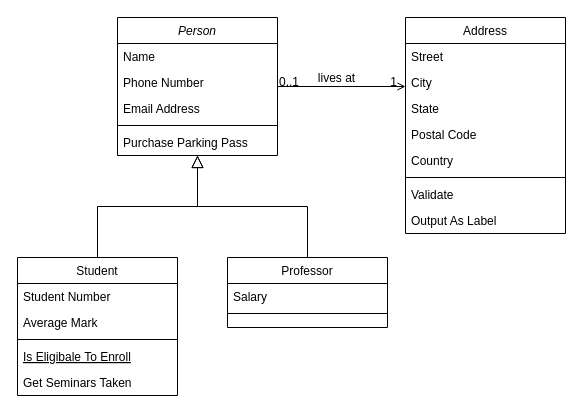
This is Untitled Diagram.drawio from isabelinna/Proyecto, a draw.io file, before an edit. Source tidied: cells renumbered, new cells numbered last; positions are measured from the earlier drawing's top-left corner, leaving out a move shared by most shapes. Both pictures are drawn from the tidied source at 100%, with x=0, y=0 at pixel (17, 17).
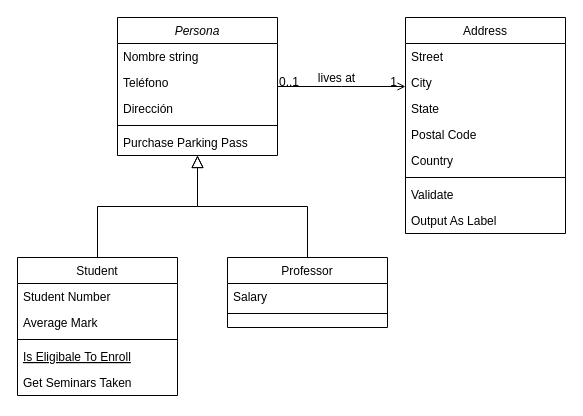
Above is the later version.

What changed in the source:
```diff
@@
-    <mxCell id="2" value="Person" style="swimlane;fontStyle=2;align=center;verticalAlign=top;horizontal=1;startSize=26;rounded=0;shadow=0;strokeWidth=1;" parent="1" vertex="1">
+    <mxCell id="2" value="Persona" style="swimlane;fontStyle=2;align=center;verticalAlign=top;horizontal=1;startSize=26;rounded=0;shadow=0;strokeWidth=1;" parent="1" vertex="1">
       <mxGeometry x="100" width="160" height="138" as="geometry" />
     </mxCell>
-    <mxCell id="3" value="Name" style="text;align=left;verticalAlign=top;spacingLeft=4;spacingRight=4;overflow=hidden;" parent="2" vertex="1">
+    <mxCell id="3" value="Nombre string" style="text;align=left;verticalAlign=top;spacingLeft=4;spacingRight=4;overflow=hidden;" parent="2" vertex="1">
       <mxGeometry y="26" width="160" height="26" as="geometry" />
     </mxCell>
-    <mxCell id="4" value="Phone Number" style="text;align=left;verticalAlign=top;spacingLeft=4;spacingRight=4;overflow=hidden;rounded=0;shadow=0;html=0;" parent="2" vertex="1">
+    <mxCell id="4" value="Teléfono " style="text;align=left;verticalAlign=top;spacingLeft=4;spacingRight=4;overflow=hidden;rounded=0;shadow=0;html=0;" parent="2" vertex="1">
       <mxGeometry y="52" width="160" height="26" as="geometry" />
     </mxCell>
-    <mxCell id="5" value="Email Address" style="text;align=left;verticalAlign=top;spacingLeft=4;spacingRight=4;overflow=hidden;rounded=0;shadow=0;html=0;" parent="2" vertex="1">
+    <mxCell id="5" value="Dirección" style="text;align=left;verticalAlign=top;spacingLeft=4;spacingRight=4;overflow=hidden;rounded=0;shadow=0;html=0;" parent="2" vertex="1">
       <mxGeometry y="78" width="160" height="26" as="geometry" />
     </mxCell>
```
